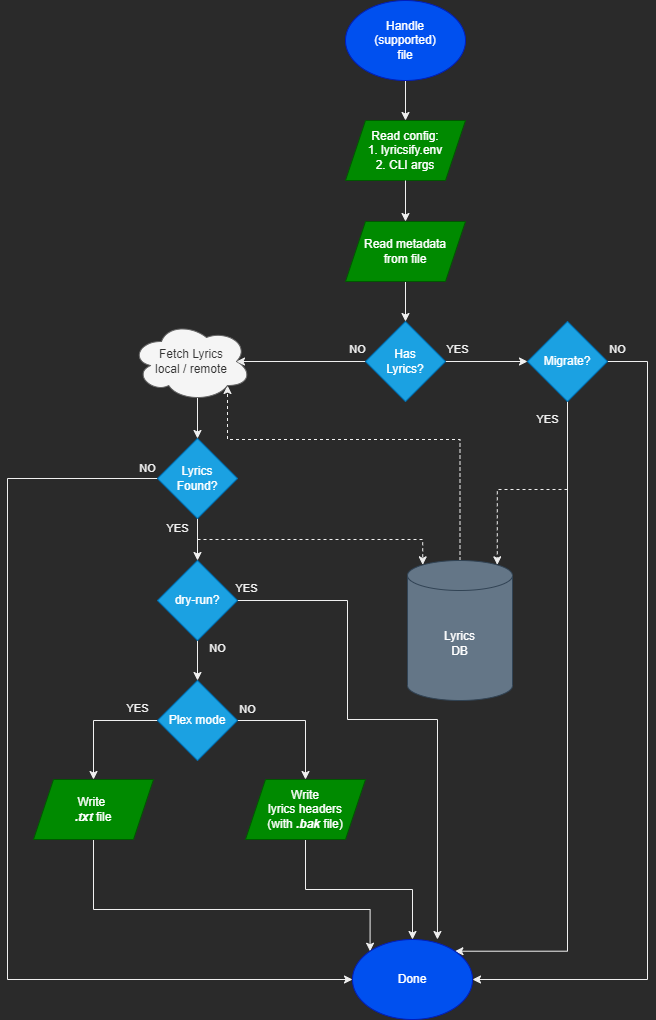
Above: docs/flow-chart.drawio.png in yoavain/lyricsify-cli (draw.io), before the change. Source tidied: cells renumbered, new cells last; positions are measured from the earlier drawing's top-left corner, leaving out a move shared by most shapes.
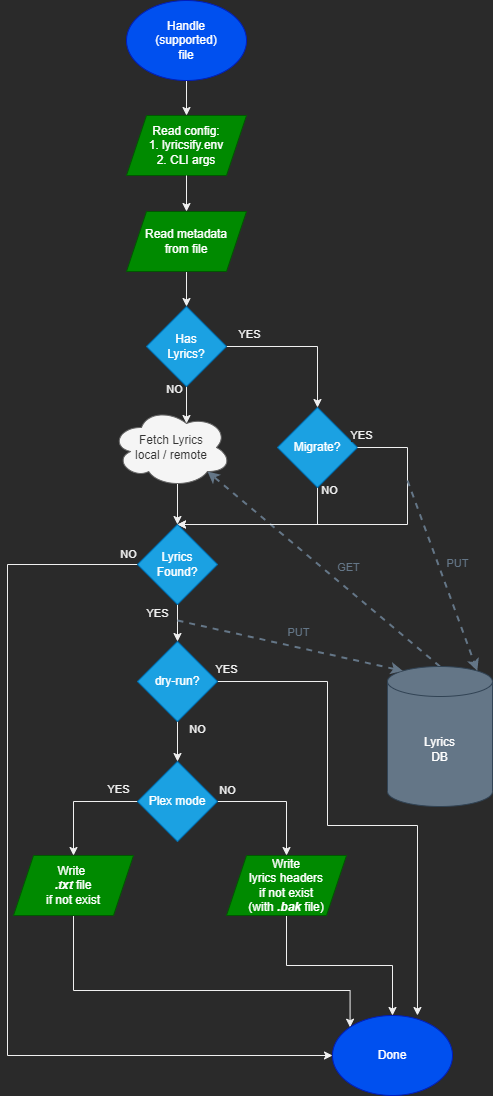
Later version of the same file.

Commit message:
Redesign flow

What changed in the source:
```diff
@@ -6,63 +6,50 @@
       <mxGeometry relative="1" as="geometry" />
     </mxCell>
     <mxCell id="3" value="Handle&lt;br&gt;(supported)&lt;br&gt;file" style="ellipse;whiteSpace=wrap;html=1;fillColor=#0050ef;fontColor=#ffffff;strokeColor=#001DBC;" parent="1" vertex="1">
-      <mxGeometry x="338" width="120" height="80" as="geometry" />
+      <mxGeometry x="139" y="-41" width="120" height="80" as="geometry" />
     </mxCell>
     <mxCell id="4" value="Read config:&lt;br&gt;1. lyricsify.env&lt;br&gt;2. CLI args" style="shape=parallelogram;perimeter=parallelogramPerimeter;whiteSpace=wrap;html=1;fixedSize=1;fillColor=#008a00;fontColor=#ffffff;strokeColor=#005700;" parent="1" vertex="1">
-      <mxGeometry x="338" y="120" width="120" height="60" as="geometry" />
+      <mxGeometry x="139" y="74" width="120" height="60" as="geometry" />
     </mxCell>
     <mxCell id="5" style="edgeStyle=orthogonalEdgeStyle;rounded=0;jettySize=auto;html=1;exitX=0.5;exitY=1;exitDx=0;exitDy=0;entryX=0.5;entryY=0;entryDx=0;entryDy=0;" parent="1" edge="1" source="4" target="14">
       <mxGeometry relative="1" as="geometry" />
     </mxCell>
-    <mxCell id="6" value="YES" style="edgeStyle=orthogonalEdgeStyle;rounded=0;jettySize=auto;html=1;exitX=0.5;exitY=1;exitDx=0;exitDy=0;entryX=1;entryY=0;entryDx=0;entryDy=0;" parent="1" edge="1" source="8" target="32">
-      <mxGeometry x="-0.95" y="-20" relative="1" as="geometry">
-        <Array as="points">
-          <mxPoint x="560" y="951" />
-        </Array>
-      </mxGeometry>
-    </mxCell>
-    <mxCell id="7" value="NO" style="edgeStyle=orthogonalEdgeStyle;rounded=0;jettySize=auto;html=1;exitX=1;exitY=0.5;exitDx=0;exitDy=0;entryX=1;entryY=0.5;entryDx=0;entryDy=0;" parent="1" edge="1" source="8" target="32">
+    <mxCell id="7" value="NO" style="edgeStyle=orthogonalEdgeStyle;rounded=0;jettySize=auto;html=1;exitX=0.5;exitY=1;exitDx=0;exitDy=0;entryX=0.5;entryY=0;entryDx=0;entryDy=0;" parent="1" edge="1" source="8" target="20">
       <mxGeometry x="-0.98" y="12" relative="1" as="geometry">
         <Array as="points">
-          <mxPoint x="640" y="361" />
-          <mxPoint x="640" y="979" />
+          <mxPoint x="330" y="483" />
         </Array>
       </mxGeometry>
     </mxCell>
     <mxCell id="8" value="Migrate?" style="rhombus;whiteSpace=wrap;html=1;fillColor=#1ba1e2;fontColor=#ffffff;strokeColor=#006EAF;" parent="1" vertex="1">
-      <mxGeometry x="520" y="321" width="80" height="80" as="geometry" />
+      <mxGeometry x="290" y="366" width="80" height="80" as="geometry" />
     </mxCell>
-    <mxCell id="9" style="edgeStyle=orthogonalEdgeStyle;rounded=0;jettySize=auto;html=1;exitX=0.5;exitY=0;exitDx=0;exitDy=0;exitPerimeter=0;entryX=0.8;entryY=0.8;entryDx=0;entryDy=0;entryPerimeter=0;fontColor=#303030;dashed=1;" parent="1" edge="1" source="10" target="12">
-      <mxGeometry relative="1" as="geometry">
-        <Array as="points">
-          <mxPoint x="453" y="439" />
-          <mxPoint x="220" y="439" />
-        </Array>
-      </mxGeometry>
+    <mxCell id="9" value="GET" style="rounded=0;jettySize=auto;html=1;exitX=0.5;exitY=0;exitDx=0;exitDy=0;exitPerimeter=0;entryX=0.8;entryY=0.8;entryDx=0;entryDy=0;entryPerimeter=0;fontColor=#647687;dashed=1;strokeColor=#647687;strokeWidth=2;" parent="1" edge="1" source="10" target="12">
+      <mxGeometry x="-0.12" y="-17" relative="1" as="geometry" />
     </mxCell>
     <mxCell id="10" value="Lyrics&lt;br&gt;DB" style="shape=cylinder3;whiteSpace=wrap;html=1;boundedLbl=1;backgroundOutline=1;size=15;fillColor=#647687;strokeColor=#314354;fontColor=#ffffff;" parent="1" vertex="1">
-      <mxGeometry x="400" y="560" width="105" height="140" as="geometry" />
+      <mxGeometry x="400" y="625" width="105" height="140" as="geometry" />
     </mxCell>
     <mxCell id="11" style="edgeStyle=orthogonalEdgeStyle;rounded=0;jettySize=auto;html=1;exitX=0.55;exitY=0.95;exitDx=0;exitDy=0;exitPerimeter=0;entryX=0.5;entryY=0;entryDx=0;entryDy=0;" parent="1" edge="1" source="12" target="20">
       <mxGeometry relative="1" as="geometry" />
     </mxCell>
     <mxCell id="12" value="Fetch Lyrics&lt;br&gt;local / remote" style="ellipse;shape=cloud;whiteSpace=wrap;html=1;fontColor=#333333;fillColor=#f5f5f5;strokeColor=#666666;" parent="1" vertex="1">
-      <mxGeometry x="124" y="321" width="120" height="80" as="geometry" />
+      <mxGeometry x="124" y="366" width="120" height="80" as="geometry" />
     </mxCell>
     <mxCell id="13" style="edgeStyle=orthogonalEdgeStyle;rounded=0;jettySize=auto;html=1;exitX=0.5;exitY=1;exitDx=0;exitDy=0;entryX=0.5;entryY=0;entryDx=0;entryDy=0;" parent="1" edge="1" source="14" target="17">
       <mxGeometry relative="1" as="geometry" />
     </mxCell>
     <mxCell id="14" value="Read metadata&lt;br&gt;from file" style="shape=parallelogram;perimeter=parallelogramPerimeter;whiteSpace=wrap;html=1;fixedSize=1;fillColor=#008a00;fontColor=#ffffff;strokeColor=#005700;" parent="1" vertex="1">
-      <mxGeometry x="338" y="221" width="120" height="60" as="geometry" />
+      <mxGeometry x="139" y="170" width="120" height="60" as="geometry" />
     </mxCell>
-    <mxCell id="15" value="YES" style="edgeStyle=orthogonalEdgeStyle;rounded=0;jettySize=auto;html=1;exitX=1;exitY=0.5;exitDx=0;exitDy=0;entryX=0;entryY=0.5;entryDx=0;entryDy=0;" parent="1" edge="1" source="17" target="8">
+    <mxCell id="15" value="YES" style="edgeStyle=orthogonalEdgeStyle;rounded=0;jettySize=auto;html=1;exitX=1;exitY=0.5;exitDx=0;exitDy=0;entryX=0.5;entryY=0;entryDx=0;entryDy=0;" parent="1" edge="1" source="17" target="8">
       <mxGeometry x="-0.71" y="12" relative="1" as="geometry" />
     </mxCell>
-    <mxCell id="16" value="NO" style="edgeStyle=orthogonalEdgeStyle;rounded=0;jettySize=auto;html=1;exitX=0;exitY=0.5;exitDx=0;exitDy=0;entryX=0.875;entryY=0.5;entryDx=0;entryDy=0;entryPerimeter=0;" parent="1" edge="1" source="17" target="12">
+    <mxCell id="16" value="NO" style="edgeStyle=orthogonalEdgeStyle;rounded=0;jettySize=auto;html=1;exitX=0.5;exitY=1;exitDx=0;exitDy=0;entryX=0.625;entryY=0.2;entryDx=0;entryDy=0;entryPerimeter=0;" parent="1" edge="1" source="17" target="12">
       <mxGeometry x="-0.88" y="-12" relative="1" as="geometry" />
     </mxCell>
     <mxCell id="17" value="Has&lt;br&gt;Lyrics?" style="rhombus;whiteSpace=wrap;html=1;fillColor=#1ba1e2;fontColor=#ffffff;strokeColor=#006EAF;" parent="1" vertex="1">
-      <mxGeometry x="358" y="321" width="80" height="80" as="geometry" />
+      <mxGeometry x="159" y="265" width="80" height="80" as="geometry" />
     </mxCell>
     <mxCell id="18" value="YES" style="edgeStyle=orthogonalEdgeStyle;rounded=0;jettySize=auto;html=1;exitX=0.5;exitY=1;exitDx=0;exitDy=0;entryX=0.5;entryY=0;entryDx=0;entryDy=0;" parent="1" edge="1" source="20" target="23">
       <mxGeometry x="-0.52" y="-20" relative="1" as="geometry" />
@@ -70,13 +57,13 @@
     <mxCell id="19" value="NO" style="edgeStyle=orthogonalEdgeStyle;rounded=0;jettySize=auto;html=1;exitX=0;exitY=0.5;exitDx=0;exitDy=0;entryX=0;entryY=0.5;entryDx=0;entryDy=0;" parent="1" edge="1" source="20" target="32">
       <mxGeometry x="-0.98" y="-10" relative="1" as="geometry">
         <Array as="points">
-          <mxPoint y="478" />
-          <mxPoint y="979" />
+          <mxPoint x="20" y="523" />
+          <mxPoint x="20" y="1014" />
         </Array>
       </mxGeometry>
     </mxCell>
     <mxCell id="20" value="Lyrics&lt;br&gt;Found?" style="rhombus;whiteSpace=wrap;html=1;fillColor=#1ba1e2;fontColor=#ffffff;strokeColor=#006EAF;" parent="1" vertex="1">
-      <mxGeometry x="150" y="438" width="80" height="80" as="geometry" />
+      <mxGeometry x="150" y="483" width="80" height="80" as="geometry" />
     </mxCell>
     <mxCell id="21" value="NO" style="edgeStyle=orthogonalEdgeStyle;rounded=0;jettySize=auto;html=1;exitX=0.5;exitY=1;exitDx=0;exitDy=0;entryX=0.5;entryY=0;entryDx=0;entryDy=0;" parent="1" edge="1" source="23" target="27">
       <mxGeometry x="-0.6" y="20" relative="1" as="geometry" />
@@ -84,24 +71,25 @@
     <mxCell id="22" value="YES" style="edgeStyle=orthogonalEdgeStyle;rounded=0;jettySize=auto;html=1;exitX=1;exitY=0.5;exitDx=0;exitDy=0;entryX=0.708;entryY=0;entryDx=0;entryDy=0;entryPerimeter=0;" parent="1" edge="1" source="23" target="32">
       <mxGeometry x="-0.96" y="12" relative="1" as="geometry">
         <Array as="points">
-          <mxPoint x="340" y="600" />
-          <mxPoint x="340" y="719" />
-          <mxPoint x="430" y="719" />
+          <mxPoint x="340" y="640" />
+          <mxPoint x="340" y="784" />
+          <mxPoint x="430" y="784" />
         </Array>
       </mxGeometry>
     </mxCell>
     <mxCell id="23" value="dry-run?" style="rhombus;whiteSpace=wrap;html=1;fillColor=#1ba1e2;fontColor=#ffffff;strokeColor=#006EAF;" parent="1" vertex="1">
-      <mxGeometry x="150" y="560" width="80" height="80" as="geometry" />
+      <mxGeometry x="150" y="600" width="80" height="80" as="geometry" />
     </mxCell>
-    <mxCell id="24" style="edgeStyle=orthogonalEdgeStyle;rounded=0;jettySize=auto;html=1;entryX=0.145;entryY=0;entryDx=0;entryDy=4.35;entryPerimeter=0;dashed=1;" parent="1" edge="1" target="10">
+    <mxCell id="24" style="rounded=0;jettySize=auto;html=1;entryX=0.145;entryY=0;entryDx=0;entryDy=4.35;entryPerimeter=0;dashed=1;strokeColor=#647687;strokeWidth=2;" parent="1" edge="1" target="10">
       <mxGeometry x="-0.85" y="10" relative="1" as="geometry">
-        <mxPoint x="190" y="539" as="sourcePoint" />
-        <Array as="points">
-          <mxPoint x="250" y="539" />
-          <mxPoint x="415" y="539" />
-        </Array>
+        <mxPoint x="190" y="579" as="sourcePoint" />
       </mxGeometry>
     </mxCell>
+    <mxCell id="34" value="PUT" style="edgeLabel;html=1;align=center;verticalAlign=middle;fontColor=#647687;" parent="24" vertex="1">
+      <mxGeometry x="-0.1" y="1" relative="1" as="geometry">
+        <mxPoint x="19" y="-10" as="offset" />
+      </mxGeometry>
+    </mxCell>
     <mxCell id="25" value="YES" style="edgeStyle=orthogonalEdgeStyle;rounded=0;jettySize=auto;html=1;exitX=0;exitY=0.5;exitDx=0;exitDy=0;" parent="1" edge="1" source="27" target="29">
       <mxGeometry x="-0.68" y="-12" relative="1" as="geometry" />
     </mxCell>
@@ -109,32 +97,40 @@
       <mxGeometry x="-0.84" y="11" relative="1" as="geometry" />
     </mxCell>
     <mxCell id="27" value="Plex mode" style="rhombus;whiteSpace=wrap;html=1;fillColor=#1ba1e2;fontColor=#ffffff;strokeColor=#006EAF;" parent="1" vertex="1">
-      <mxGeometry x="150" y="680" width="80" height="80" as="geometry" />
+      <mxGeometry x="150" y="720" width="80" height="80" as="geometry" />
     </mxCell>
     <mxCell id="28" style="edgeStyle=orthogonalEdgeStyle;rounded=0;jettySize=auto;html=1;exitX=0.5;exitY=1;exitDx=0;exitDy=0;entryX=0;entryY=0;entryDx=0;entryDy=0;" parent="1" edge="1" source="29" target="32">
       <mxGeometry relative="1" as="geometry">
         <Array as="points">
-          <mxPoint x="86" y="909" />
-          <mxPoint x="363" y="909" />
+          <mxPoint x="86" y="949" />
+          <mxPoint x="363" y="949" />
         </Array>
       </mxGeometry>
     </mxCell>
-    <mxCell id="29" value="Write &lt;br&gt;&lt;b&gt;&lt;i&gt;.txt&lt;/i&gt;&lt;/b&gt; file" style="shape=parallelogram;perimeter=parallelogramPerimeter;whiteSpace=wrap;html=1;fixedSize=1;fillColor=#008a00;fontColor=#ffffff;strokeColor=#005700;" parent="1" vertex="1">
-      <mxGeometry x="26" y="779" width="120" height="60" as="geometry" />
+    <mxCell id="29" value="Write &lt;br&gt;&lt;b&gt;&lt;i&gt;.txt&lt;/i&gt;&lt;/b&gt; file&lt;br&gt;if not exist" style="shape=parallelogram;perimeter=parallelogramPerimeter;whiteSpace=wrap;html=1;fixedSize=1;fillColor=#008a00;fontColor=#ffffff;strokeColor=#005700;" parent="1" vertex="1">
+      <mxGeometry x="26" y="814" width="120" height="60" as="geometry" />
     </mxCell>
     <mxCell id="30" style="edgeStyle=orthogonalEdgeStyle;rounded=0;jettySize=auto;html=1;exitX=0.5;exitY=1;exitDx=0;exitDy=0;" parent="1" edge="1" source="31" target="32">
       <mxGeometry relative="1" as="geometry" />
     </mxCell>
-    <mxCell id="31" value="Write&lt;br&gt;lyrics headers&lt;br&gt;(with &lt;b&gt;&lt;i&gt;.bak&lt;/i&gt;&lt;/b&gt; file)" style="shape=parallelogram;perimeter=parallelogramPerimeter;whiteSpace=wrap;html=1;fixedSize=1;fillColor=#008a00;fontColor=#ffffff;strokeColor=#005700;" parent="1" vertex="1">
-      <mxGeometry x="238" y="779" width="120" height="60" as="geometry" />
+    <mxCell id="31" value="Write&lt;br&gt;lyrics headers&lt;br&gt;if not exist&lt;br&gt;(with &lt;b&gt;&lt;i&gt;.bak&lt;/i&gt;&lt;/b&gt; file)" style="shape=parallelogram;perimeter=parallelogramPerimeter;whiteSpace=wrap;html=1;fixedSize=1;fillColor=#008a00;fontColor=#ffffff;strokeColor=#005700;" parent="1" vertex="1">
+      <mxGeometry x="239" y="814" width="120" height="60" as="geometry" />
     </mxCell>
     <mxCell id="32" value="Done" style="ellipse;whiteSpace=wrap;html=1;fillColor=#0050ef;fontColor=#ffffff;strokeColor=#001DBC;" parent="1" vertex="1">
-      <mxGeometry x="345" y="939" width="120" height="80" as="geometry" />
+      <mxGeometry x="345" y="974" width="120" height="80" as="geometry" />
     </mxCell>
-    <mxCell id="33" style="edgeStyle=orthogonalEdgeStyle;rounded=0;jettySize=auto;html=1;entryX=0.855;entryY=0;entryDx=0;entryDy=4.35;entryPerimeter=0;dashed=1;" parent="1" edge="1" target="10">
-      <mxGeometry x="-0.85" y="10" relative="1" as="geometry">
-        <mxPoint x="560" y="489" as="sourcePoint" />
-      </mxGeometry>
-    </mxCell>
+    <mxCell id="6" value="YES" style="edgeStyle=orthogonalEdgeStyle;rounded=0;jettySize=auto;html=1;exitX=1;exitY=0.5;exitDx=0;exitDy=0;entryX=0.5;entryY=0;entryDx=0;entryDy=0;" parent="1" edge="1" source="8" target="20">
+      <mxGeometry x="-0.98" y="12" relative="1" as="geometry">
+        <Array as="points">
+          <mxPoint x="420" y="406" />
+          <mxPoint x="420" y="483" />
+        </Array>
+      </mxGeometry>
+    </mxCell>
+    <mxCell id="35" value="PUT" style="rounded=0;jettySize=auto;html=1;entryX=0.855;entryY=0;entryDx=0;entryDy=4.35;entryPerimeter=0;fontColor=#647687;dashed=1;strokeColor=#647687;strokeWidth=2;" parent="1" edge="1" target="10">
+      <mxGeometry x="-0.07" y="18" relative="1" as="geometry">
+        <mxPoint x="420" y="439" as="sourcePoint" />
+      </mxGeometry>
+    </mxCell>
   </root>
 </mxGraphModel>
```
